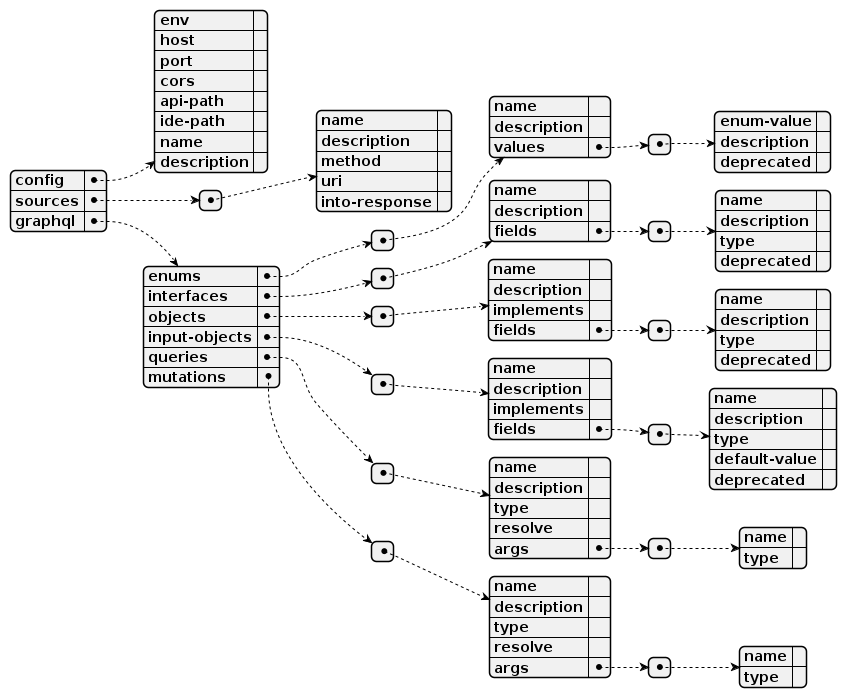
Before: Artefatos/Diagramas/edn.png, a diagram exported from PlantUML (ICEI-PUC-Minas-PPLES-TI/plf-es-2022-1-tcci-5308100-dev-marlon-silva).
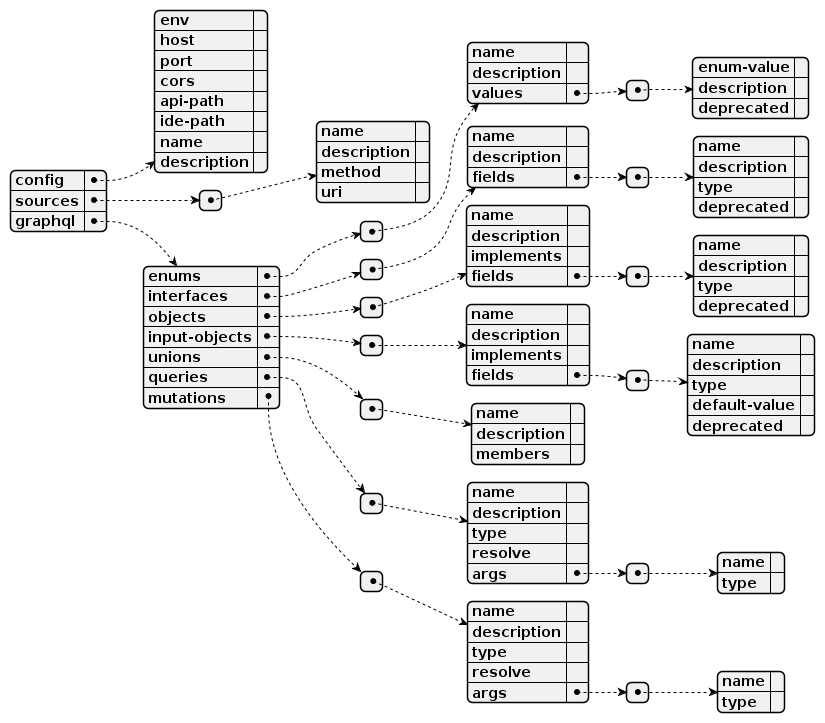
Above is the later version.

Diff of the diagram source:
```diff
@@ -10,102 +10,109 @@
     "ide-path": "",
     "name": "",
     "description": ""
-  },
+  }
+  ,
   "sources": [
+  {
+    "name": "",
+    "description": "",
+    "method": "",
+    "uri": ""
+  }
+  ],
+  "graphql": {
+    "enums": [
     {
       "name": "",
       "description": "",
-      "method": "",
-      "uri": "",
-      "into-response": ""
+      "values": [
+      {
+        "enum-value": "",
+        "description": "",
+        "deprecated": ""
+      }
+      ]
     }
-  ],
-  "graphql": {
-    "enums": [
-      {
-        "name": "",
-        "description": "",
-        "values": [
-          {
-            "enum-value": "",
-            "description": "",
-            "deprecated": ""
-          }
-        ]
-      }
     ],
     "interfaces": [
-      {
-        "name": "",
-        "description": "",
-        "fields": [
-          {
-            "name": "",
-            "description": "",
-            "type": "",
-            "deprecated": ""
-          }
-        ]
-      }
-    ],
-    "objects": [
-      {
-        "name": "",
-        "description": "",
-        "implements": "",
-        "fields": [
-          {
-            "name": "",
-            "description": "",
-            "type": "",
-            "deprecated": ""
-          }
-        ]
-      }
-    ],
-    "input-objects": [
-      {
-        "name": "",
-        "description": "",
-        "implements": "",
-        "fields": [
-          {
-            "name": "",
-            "description": "",
-            "type": "",
-            "default-value": "",
-            "deprecated": ""
-          }
-        ]
-      }
-    ],
-    "queries": [
+    {
+      "name": "",
+      "description": "",
+      "fields": [
       {
         "name": "",
         "description": "",
         "type": "",
-        "resolve": "",
-        "args": [
-          {
-            "name": "",
-            "type": ""
-          }
-        ]
+        "deprecated": ""
       }
+      ]
+    }
     ],
-    "mutations": [
+    "objects": [
+    {
+      "name": "",
+      "description": "",
+      "implements": "",
+      "fields": [
       {
         "name": "",
         "description": "",
         "type": "",
-        "resolve": "",
-        "args": [
-          {
-            "name": "",
-            "type": ""
-          }
-        ]
+        "deprecated": ""
       }
+      ]
+    }
+    ],
+    "input-objects": [
+    {
+      "name": "",
+      "description": "",
+      "implements": "",
+      "fields": [
+      {
+        "name": "",
+        "description": "",
+        "type": "",
+        "default-value": "",
+        "deprecated": ""
+      }
+      ]
+    }
+    ],
+     "unions": [
+    {
+      "name": "",
+      "description": "",
+      "members": ""
+    }
+    ],
+    "queries": [
+    {
+      "name": "",
+      "description": "",
+      "type": "",
+      "resolve": "",
+      "args": [
+      {
+        "name": "",
+        "type": ""
+      }
+      ]
+    }
+    ],
+    "mutations": [
+    {
+      "name": "",
+      "description": "",
+      "type": "",
+      "resolve": "",
+      "args": [
+      {
+        "name": "",
+        "type": ""
+      }
+      ]
+    }
     ]
   }
 }
```
